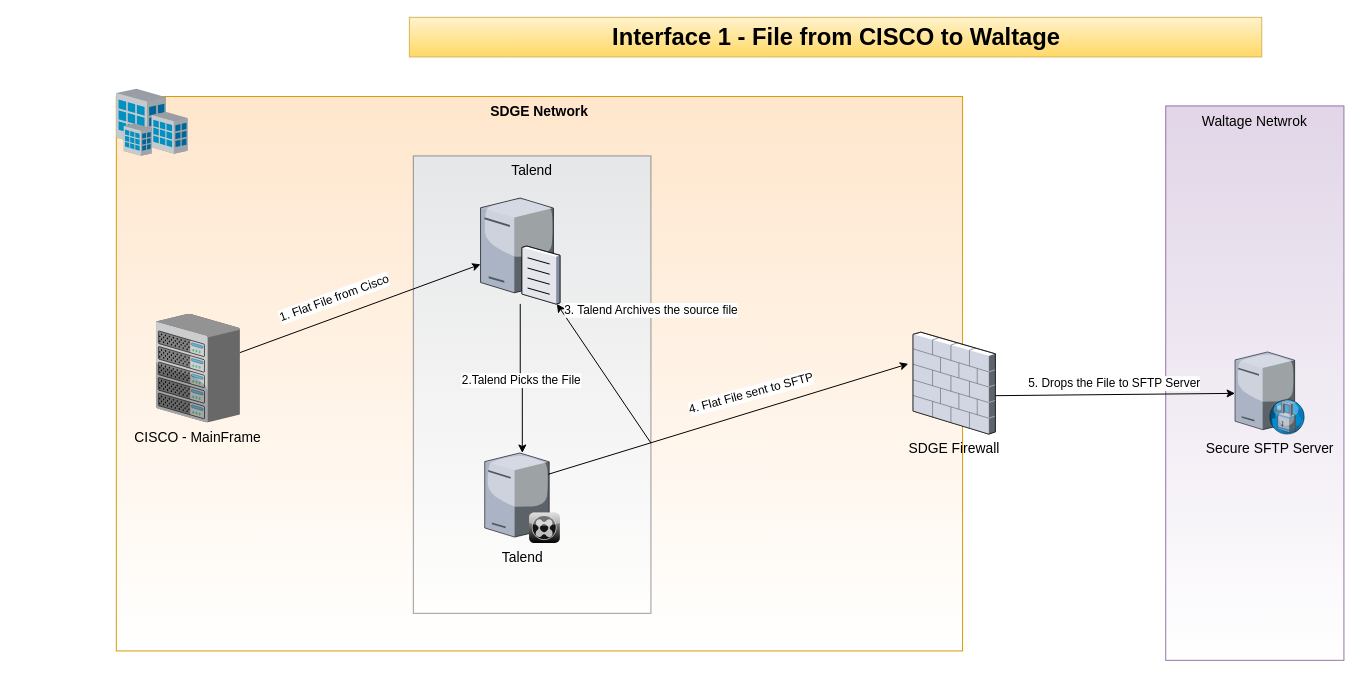
Earlier version of the draw.io diagram Untitled Diagram.drawio (reach2nipun/IntegrationDiagrams). Source tidied: cells renumbered, new cells numbered last; positions are measured from the earlier drawing's top-left corner, leaving out a move shared by most shapes. Both pictures are drawn from the tidied source at 99%, with x=0, y=0 at pixel (116, 17).
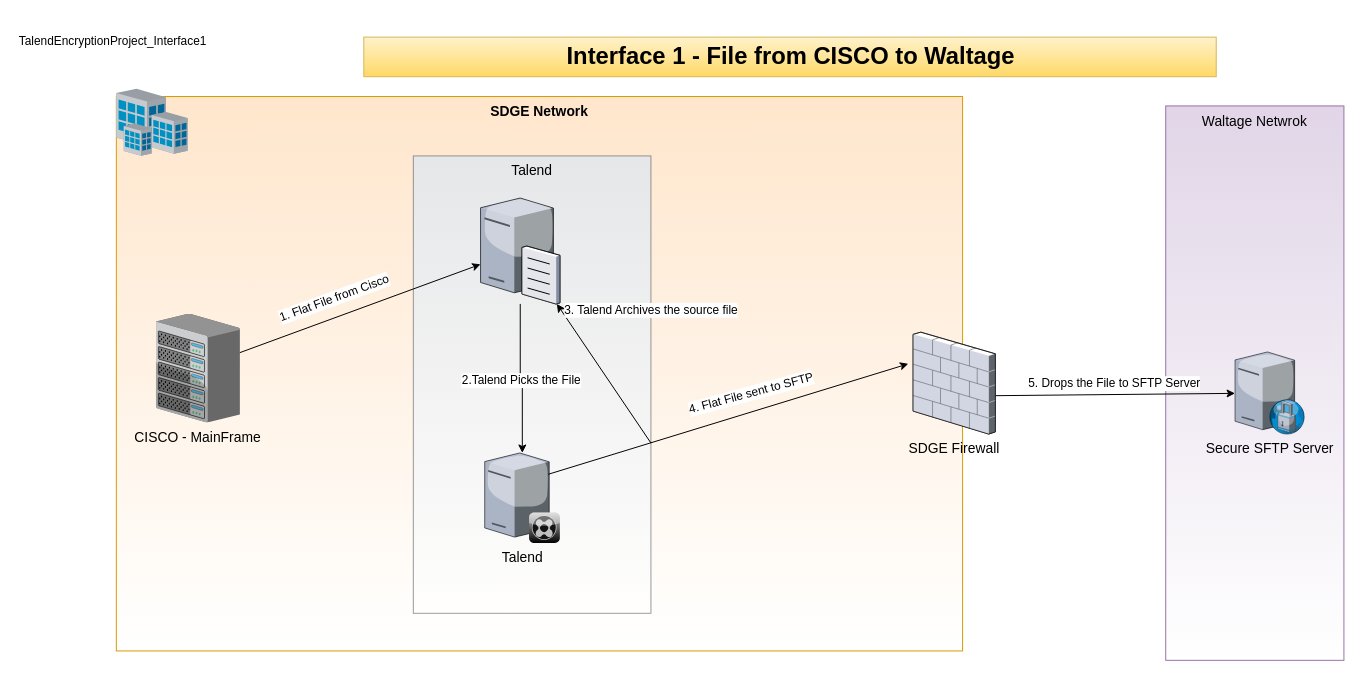
After the change.

What changed in the source:
```diff
@@
     <mxCell id="10" value="Interface 1 - File from CISCO to Waltage" style="text;strokeColor=#d6b656;fillColor=#fff2cc;html=1;fontSize=24;fontStyle=1;verticalAlign=middle;align=center;gradientColor=#ffd966;" parent="1" vertex="1">
-      <mxGeometry x="296" width="861" height="40" as="geometry" />
+      <mxGeometry x="250" y="20" width="861" height="40" as="geometry" />
     </mxCell>
@@
+    <mxCell id="22" value="TalendEncryptionProject_Interface1" style="text;html=1;" parent="1" vertex="1">
+      <mxGeometry x="-100" y="10" width="210" height="30" as="geometry" />
+    </mxCell>
```
